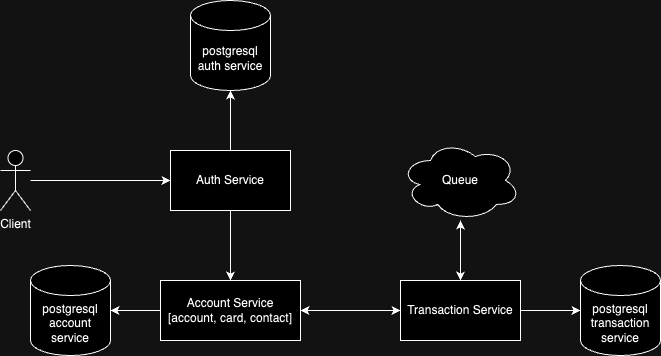
Earlier version of the draw.io export system-design.png (christianwijasa/bfi-bank). Source tidied: cells renumbered, new cells last; positions are measured from the earlier drawing's top-left corner, leaving out a move shared by most shapes. The source it was exported from:
```xml
<mxGraphModel>
  <root>
    <mxCell id="0" />
    <mxCell id="1" parent="0" />
    <mxCell id="2" style="edgeStyle=orthogonalEdgeStyle;rounded=0;jettySize=auto;html=1;entryX=0;entryY=0.5;entryDx=0;entryDy=0;" parent="1" edge="1" source="3" target="6">
      <mxGeometry relative="1" as="geometry" />
    </mxCell>
    <mxCell id="3" value="Client" style="shape=umlActor;verticalLabelPosition=bottom;verticalAlign=top;html=1;outlineConnect=0;" parent="1" vertex="1">
      <mxGeometry y="150" width="30" height="60" as="geometry" />
    </mxCell>
    <mxCell id="4" style="edgeStyle=orthogonalEdgeStyle;rounded=0;jettySize=auto;html=1;" parent="1" edge="1" source="6" target="8">
      <mxGeometry relative="1" as="geometry" />
    </mxCell>
    <mxCell id="5" style="edgeStyle=orthogonalEdgeStyle;rounded=0;jettySize=auto;html=1;" parent="1" edge="1" source="6" target="11">
      <mxGeometry relative="1" as="geometry" />
    </mxCell>
    <mxCell id="6" value="Auth Service" style="rounded=0;whiteSpace=wrap;html=1;" parent="1" vertex="1">
      <mxGeometry x="170" y="150" width="120" height="60" as="geometry" />
    </mxCell>
    <mxCell id="7" style="edgeStyle=orthogonalEdgeStyle;rounded=0;jettySize=auto;html=1;" parent="1" edge="1" source="8" target="15">
      <mxGeometry relative="1" as="geometry" />
    </mxCell>
    <mxCell id="8" value="Account Service&lt;div&gt;[account, card, contact]&lt;/div&gt;" style="rounded=0;whiteSpace=wrap;html=1;" parent="1" vertex="1">
      <mxGeometry x="160" y="280" width="140" height="60" as="geometry" />
    </mxCell>
    <mxCell id="9" value="postgresql account service" style="shape=cylinder3;whiteSpace=wrap;html=1;boundedLbl=1;backgroundOutline=1;size=15;" parent="1" vertex="1">
      <mxGeometry x="30" y="265" width="80" height="90" as="geometry" />
    </mxCell>
    <mxCell id="10" style="edgeStyle=orthogonalEdgeStyle;rounded=0;jettySize=auto;html=1;entryX=1;entryY=0.5;entryDx=0;entryDy=0;entryPerimeter=0;" parent="1" edge="1" source="8" target="9">
      <mxGeometry relative="1" as="geometry" />
    </mxCell>
    <mxCell id="11" value="postgresql auth service" style="shape=cylinder3;whiteSpace=wrap;html=1;boundedLbl=1;backgroundOutline=1;size=15;" parent="1" vertex="1">
      <mxGeometry x="190" width="80" height="90" as="geometry" />
    </mxCell>
    <mxCell id="12" style="edgeStyle=orthogonalEdgeStyle;rounded=0;jettySize=auto;html=1;" parent="1" edge="1" source="15" target="16">
      <mxGeometry relative="1" as="geometry" />
    </mxCell>
    <mxCell id="13" style="edgeStyle=orthogonalEdgeStyle;rounded=0;jettySize=auto;html=1;" parent="1" edge="1" source="15" target="8">
      <mxGeometry relative="1" as="geometry" />
    </mxCell>
    <mxCell id="14" style="edgeStyle=orthogonalEdgeStyle;rounded=0;jettySize=auto;html=1;" parent="1" edge="1" source="15" target="18">
      <mxGeometry relative="1" as="geometry" />
    </mxCell>
    <mxCell id="15" value="Transaction Service" style="rounded=0;whiteSpace=wrap;html=1;" parent="1" vertex="1">
      <mxGeometry x="400" y="280" width="120" height="60" as="geometry" />
    </mxCell>
    <mxCell id="16" value="postgresql transaction service" style="shape=cylinder3;whiteSpace=wrap;html=1;boundedLbl=1;backgroundOutline=1;size=15;" parent="1" vertex="1">
      <mxGeometry x="580" y="265" width="80" height="90" as="geometry" />
    </mxCell>
    <mxCell id="17" style="edgeStyle=orthogonalEdgeStyle;rounded=0;jettySize=auto;html=1;" parent="1" edge="1" source="18" target="15">
      <mxGeometry relative="1" as="geometry" />
    </mxCell>
    <mxCell id="18" value="Queue" style="ellipse;shape=cloud;whiteSpace=wrap;html=1;" parent="1" vertex="1">
      <mxGeometry x="400" y="140" width="120" height="80" as="geometry" />
    </mxCell>
  </root>
</mxGraphModel>
```
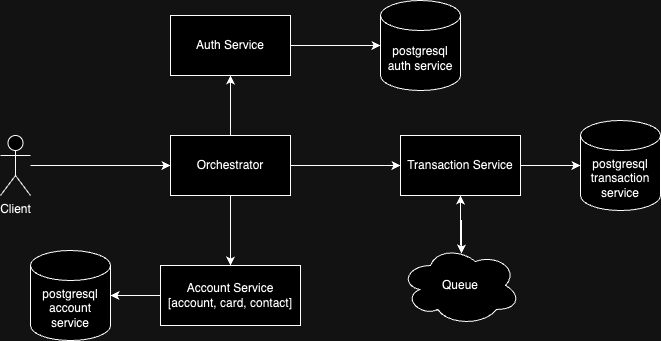
The same diagram one commit later.

Commit message:
Update system design

The edit, as a diff of the source:
```diff
@@ -11,15 +11,15 @@
     <mxCell id="4" style="edgeStyle=orthogonalEdgeStyle;rounded=0;jettySize=auto;html=1;" parent="1" edge="1" source="6" target="8">
       <mxGeometry relative="1" as="geometry" />
     </mxCell>
-    <mxCell id="5" style="edgeStyle=orthogonalEdgeStyle;rounded=0;jettySize=auto;html=1;" parent="1" edge="1" source="6" target="11">
-      <mxGeometry relative="1" as="geometry" />
-    </mxCell>
+    <mxCell id="19" style="edgeStyle=orthogonalEdgeStyle;rounded=0;jettySize=auto;html=1;entryX=0.5;entryY=1;entryDx=0;entryDy=0;" parent="1" edge="1" source="6" target="22">
+      <mxGeometry relative="1" as="geometry" />
+    </mxCell>
+    <mxCell id="20" style="edgeStyle=orthogonalEdgeStyle;rounded=0;jettySize=auto;html=1;" parent="1" edge="1" source="6" target="15">
+      <mxGeometry relative="1" as="geometry" />
+    </mxCell>
-    <mxCell id="6" value="Auth Service" style="rounded=0;whiteSpace=wrap;html=1;" parent="1" vertex="1">
+    <mxCell id="6" value="Orchestrator" style="rounded=0;whiteSpace=wrap;html=1;" parent="1" vertex="1">
       <mxGeometry x="170" y="150" width="120" height="60" as="geometry" />
     </mxCell>
-    <mxCell id="7" style="edgeStyle=orthogonalEdgeStyle;rounded=0;jettySize=auto;html=1;" parent="1" edge="1" source="8" target="15">
-      <mxGeometry relative="1" as="geometry" />
-    </mxCell>
     <mxCell id="8" value="Account Service&lt;div&gt;[account, card, contact]&lt;/div&gt;" style="rounded=0;whiteSpace=wrap;html=1;" parent="1" vertex="1">
       <mxGeometry x="160" y="280" width="140" height="60" as="geometry" />
     </mxCell>
@@ -30,28 +30,31 @@
       <mxGeometry relative="1" as="geometry" />
     </mxCell>
     <mxCell id="11" value="postgresql auth service" style="shape=cylinder3;whiteSpace=wrap;html=1;boundedLbl=1;backgroundOutline=1;size=15;" parent="1" vertex="1">
-      <mxGeometry x="190" width="80" height="90" as="geometry" />
+      <mxGeometry x="380" y="15" width="80" height="90" as="geometry" />
     </mxCell>
     <mxCell id="12" style="edgeStyle=orthogonalEdgeStyle;rounded=0;jettySize=auto;html=1;" parent="1" edge="1" source="15" target="16">
       <mxGeometry relative="1" as="geometry" />
     </mxCell>
-    <mxCell id="13" style="edgeStyle=orthogonalEdgeStyle;rounded=0;jettySize=auto;html=1;" parent="1" edge="1" source="15" target="8">
-      <mxGeometry relative="1" as="geometry" />
-    </mxCell>
-    <mxCell id="14" style="edgeStyle=orthogonalEdgeStyle;rounded=0;jettySize=auto;html=1;" parent="1" edge="1" source="15" target="18">
-      <mxGeometry relative="1" as="geometry" />
-    </mxCell>
     <mxCell id="15" value="Transaction Service" style="rounded=0;whiteSpace=wrap;html=1;" parent="1" vertex="1">
-      <mxGeometry x="400" y="280" width="120" height="60" as="geometry" />
+      <mxGeometry x="400" y="150" width="120" height="60" as="geometry" />
     </mxCell>
     <mxCell id="16" value="postgresql transaction service" style="shape=cylinder3;whiteSpace=wrap;html=1;boundedLbl=1;backgroundOutline=1;size=15;" parent="1" vertex="1">
-      <mxGeometry x="580" y="265" width="80" height="90" as="geometry" />
+      <mxGeometry x="580" y="135" width="80" height="90" as="geometry" />
     </mxCell>
     <mxCell id="17" style="edgeStyle=orthogonalEdgeStyle;rounded=0;jettySize=auto;html=1;" parent="1" edge="1" source="18" target="15">
       <mxGeometry relative="1" as="geometry" />
     </mxCell>
     <mxCell id="18" value="Queue" style="ellipse;shape=cloud;whiteSpace=wrap;html=1;" parent="1" vertex="1">
-      <mxGeometry x="400" y="140" width="120" height="80" as="geometry" />
+      <mxGeometry x="400" y="260" width="120" height="80" as="geometry" />
     </mxCell>
+    <mxCell id="21" style="edgeStyle=orthogonalEdgeStyle;rounded=0;jettySize=auto;html=1;" parent="1" edge="1" source="22" target="11">
+      <mxGeometry relative="1" as="geometry" />
+    </mxCell>
+    <mxCell id="22" value="Auth Service" style="rounded=0;whiteSpace=wrap;html=1;" parent="1" vertex="1">
+      <mxGeometry x="170" y="30" width="120" height="60" as="geometry" />
+    </mxCell>
+    <mxCell id="14" style="edgeStyle=orthogonalEdgeStyle;rounded=0;jettySize=auto;html=1;entryX=0.508;entryY=0.1;entryDx=0;entryDy=0;entryPerimeter=0;" parent="1" edge="1" source="15" target="18">
+      <mxGeometry relative="1" as="geometry" />
+    </mxCell>
   </root>
 </mxGraphModel>
```
